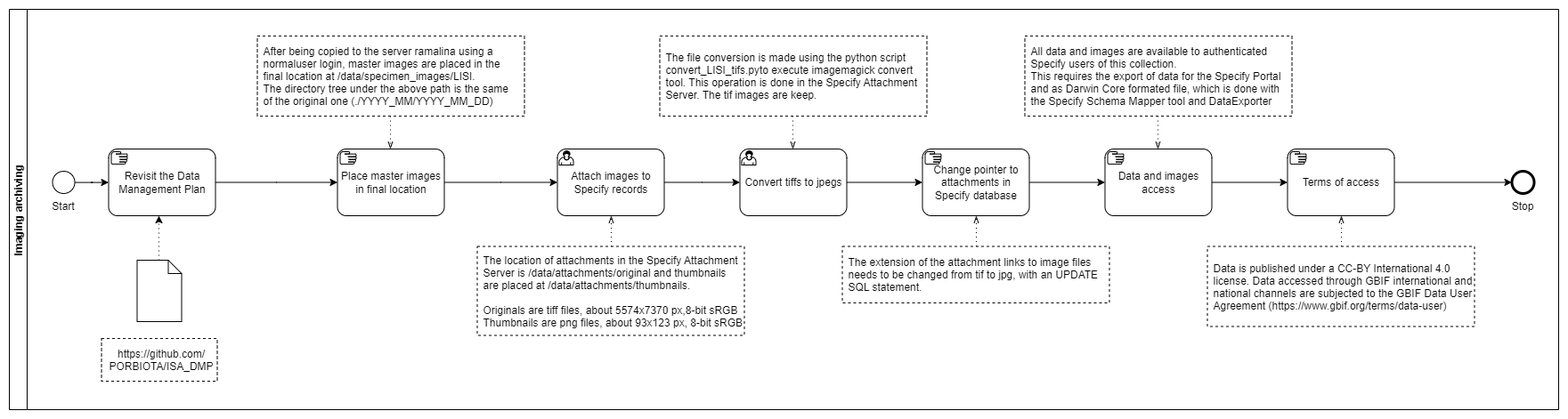
This is images/HerbariumSheets/LISI/LISI_Imaging_archiving_tasks.png from DiSSCo/dissco.github.io, a draw.io export, as it was before one commit. Source tidied: cells renumbered, new cells last; positions are measured from the earlier drawing's top-left corner, leaving out a move shared by most shapes. Source of this version:
```xml
<mxGraphModel>
  <root>
    <mxCell id="0" />
    <mxCell id="1" parent="0" />
    <mxCell id="2" style="edgeStyle=orthogonalEdgeStyle;rounded=0;jettySize=auto;html=1;startArrow=none;startFill=0;endArrow=classic;endFill=1;" parent="1" edge="1" source="3" target="4">
      <mxGeometry relative="1" as="geometry" />
    </mxCell>
    <mxCell id="3" style="ellipse;whiteSpace=wrap;html=1;" parent="1" vertex="1">
      <mxGeometry x="48.5" y="182" width="25" height="25" as="geometry" />
    </mxCell>
    <mxCell id="4" value="Revisit the Data&#10;Management Plan" style="points=[[0.25,0,0],[0.5,0,0],[0.75,0,0],[1,0.25,0],[1,0.5,0],[1,0.75,0],[0.75,1,0],[0.5,1,0],[0.25,1,0],[0,0.75,0],[0,0.5,0],[0,0.25,0]];shape=mxgraph.bpmn.task;whiteSpace=wrap;rectStyle=rounded;size=10;taskMarker=manual;" parent="1" vertex="1">
      <mxGeometry x="111.5" y="157" width="120" height="75" as="geometry" />
    </mxCell>
    <mxCell id="5" style="shape=mxgraph.bpmn.data;labelPosition=center;verticalLabelPosition=bottom;align=center;verticalAlign=top;whiteSpace=wrap;size=15;html=1;" parent="1" vertex="1">
      <mxGeometry x="143.5" y="282" width="50" height="69" as="geometry" />
    </mxCell>
    <mxCell id="6" style="edgeStyle=elbowEdgeStyle;fontSize=12;html=1;endFill=1;startFill=0;endSize=6;startSize=6;dashed=1;dashPattern=1 4;endArrow=classic;startArrow=none;rounded=0;" parent="1" edge="1" source="5" target="4">
      <mxGeometry relative="1" as="geometry" />
    </mxCell>
    <mxCell id="7" value="Place master images&#10;in final location" style="points=[[0.25,0,0],[0.5,0,0],[0.75,0,0],[1,0.25,0],[1,0.5,0],[1,0.75,0],[0.75,1,0],[0.5,1,0],[0.25,1,0],[0,0.75,0],[0,0.5,0],[0,0.25,0]];shape=mxgraph.bpmn.task;whiteSpace=wrap;rectStyle=rounded;size=10;taskMarker=manual;" parent="1" vertex="1">
      <mxGeometry x="368.5" y="157" width="120" height="75" as="geometry" />
    </mxCell>
    <mxCell id="8" style="edgeStyle=elbowEdgeStyle;fontSize=12;html=1;endArrow=classic;endFill=1;rounded=0;" parent="1" edge="1" source="4" target="7">
      <mxGeometry relative="1" as="geometry" />
    </mxCell>
    <mxCell id="9" style="edgeStyle=elbowEdgeStyle;fontSize=12;html=1;endArrow=classic;endFill=1;rounded=0;" parent="1" edge="1" source="7" target="10">
      <mxGeometry relative="1" as="geometry" />
    </mxCell>
    <mxCell id="10" value="Attach images to&#10;Specify records" style="points=[[0.25,0,0],[0.5,0,0],[0.75,0,0],[1,0.25,0],[1,0.5,0],[1,0.75,0],[0.75,1,0],[0.5,1,0],[0.25,1,0],[0,0.75,0],[0,0.5,0],[0,0.25,0]];shape=mxgraph.bpmn.task;whiteSpace=wrap;rectStyle=rounded;size=10;taskMarker=user;" parent="1" vertex="1">
      <mxGeometry x="615.5" y="157" width="120" height="75" as="geometry" />
    </mxCell>
    <mxCell id="11" value="Convert tiffs to jpegs" style="points=[[0.25,0,0],[0.5,0,0],[0.75,0,0],[1,0.25,0],[1,0.5,0],[1,0.75,0],[0.75,1,0],[0.5,1,0],[0.25,1,0],[0,0.75,0],[0,0.5,0],[0,0.25,0]];shape=mxgraph.bpmn.task;whiteSpace=wrap;rectStyle=rounded;size=10;taskMarker=user;" parent="1" vertex="1">
      <mxGeometry x="820.5" y="157" width="120" height="75" as="geometry" />
    </mxCell>
    <mxCell id="12" style="edgeStyle=elbowEdgeStyle;fontSize=12;html=1;endArrow=classic;endFill=1;rounded=0;" parent="1" edge="1" source="10" target="11">
      <mxGeometry relative="1" as="geometry" />
    </mxCell>
    <mxCell id="13" value="After being copied to the server ramalina using a&#10;normaluser login, master images are placed in the&#10;final location at /data/specimen_images/LISI.&#10;The directory tree under the above path is the same&#10;of the original one (./YYYY_MM/YYYY_MM_DD)" style="points=[[0.25,0,0],[0.5,0,0],[0.75,0,0],[1,0.25,0],[1,0.5,0],[1,0.75,0],[0.75,1,0],[0.5,1,0],[0.25,1,0],[0,0.75,0],[0,0.5,0],[0,0.25,0]];shape=mxgraph.bpmn.task;arcSize=10;taskMarker=abstract;outline=none;symbol=general;bpmnShapeType=subprocess;isLoopSub=0;verticalAlign=middle;align=left;spacingLeft=5;fontStyle=0;" parent="1" vertex="1">
      <mxGeometry x="278.5" y="30" width="300" height="90" as="geometry" />
    </mxCell>
    <mxCell id="14" style="points=[[0.145,0.145,0],[0.5,0,0],[0.855,0.145,0],[1,0.5,0],[0.855,0.855,0],[0.5,1,0],[0.145,0.855,0],[0,0.5,0]];shape=mxgraph.bpmn.event;html=1;verticalLabelPosition=bottom;labelBackgroundColor=#ffffff;verticalAlign=top;align=center;perimeter=ellipsePerimeter;outlineConnect=0;outline=end;symbol=terminate2;" parent="1" vertex="1">
      <mxGeometry x="1687.5" y="182" width="25" height="25" as="geometry" />
    </mxCell>
    <mxCell id="15" value="https://github.com/&#10;PORBIOTA/ISA_DMP" style="shape=mxgraph.bpmn.task;arcSize=10;taskMarker=abstract;outline=none;symbol=general;bpmnShapeType=subprocess;isLoopSub=0;verticalAlign=middle;align=center;spacingLeft=5;" parent="1" vertex="1">
      <mxGeometry x="103.5" y="370" width="130" height="48" as="geometry" />
    </mxCell>
    <mxCell id="16" value="The file conversion is made using the python script&#10;convert_LISI_tifs.pyto execute imagemagick convert&#10;tool. This operation is done in the Specify Attachment&#10;Server. The tif images are keep." style="points=[[0.25,0,0],[0.5,0,0],[0.75,0,0],[1,0.25,0],[1,0.5,0],[1,0.75,0],[0.75,1,0],[0.5,1,0],[0.25,1,0],[0,0.75,0],[0,0.5,0],[0,0.25,0]];shape=mxgraph.bpmn.task;arcSize=10;taskMarker=abstract;outline=none;symbol=general;bpmnShapeType=subprocess;isLoopSub=0;verticalAlign=middle;align=left;spacingLeft=5;fontStyle=0;" parent="1" vertex="1">
      <mxGeometry x="730.5" y="30" width="300" height="90" as="geometry" />
    </mxCell>
    <mxCell id="17" style="edgeStyle=orthogonalEdgeStyle;rounded=0;jettySize=auto;html=1;entryX=0;entryY=0.5;entryDx=0;entryDy=0;entryPerimeter=0;" parent="1" edge="1" source="18" target="21">
      <mxGeometry relative="1" as="geometry" />
    </mxCell>
    <mxCell id="18" value="Change pointer to&#10;attachments in&#10;Specify database" style="points=[[0.25,0,0],[0.5,0,0],[0.75,0,0],[1,0.25,0],[1,0.5,0],[1,0.75,0],[0.75,1,0],[0.5,1,0],[0.25,1,0],[0,0.75,0],[0,0.5,0],[0,0.25,0]];shape=mxgraph.bpmn.task;whiteSpace=wrap;rectStyle=rounded;size=10;taskMarker=manual;" parent="1" vertex="1">
      <mxGeometry x="1025.5" y="157" width="120" height="75" as="geometry" />
    </mxCell>
    <mxCell id="19" style="edgeStyle=orthogonalEdgeStyle;rounded=0;jettySize=auto;html=1;endArrow=classic;endFill=1;" parent="1" edge="1" source="11" target="18">
      <mxGeometry relative="1" as="geometry" />
    </mxCell>
    <mxCell id="20" style="edgeStyle=orthogonalEdgeStyle;rounded=0;jettySize=auto;html=1;endArrow=classic;endFill=1;" parent="1" edge="1" source="21" target="23">
      <mxGeometry relative="1" as="geometry" />
    </mxCell>
    <mxCell id="21" value="Data and images&#10;access" style="points=[[0.25,0,0],[0.5,0,0],[0.75,0,0],[1,0.25,0],[1,0.5,0],[1,0.75,0],[0.75,1,0],[0.5,1,0],[0.25,1,0],[0,0.75,0],[0,0.5,0],[0,0.25,0]];shape=mxgraph.bpmn.task;whiteSpace=wrap;rectStyle=rounded;size=10;taskMarker=manual;" parent="1" vertex="1">
      <mxGeometry x="1230.5" y="157" width="120" height="75" as="geometry" />
    </mxCell>
    <mxCell id="22" style="edgeStyle=orthogonalEdgeStyle;rounded=0;jettySize=auto;html=1;endArrow=classic;endFill=1;" parent="1" edge="1" source="23" target="14">
      <mxGeometry relative="1" as="geometry" />
    </mxCell>
    <mxCell id="23" value="Terms of access" style="points=[[0.25,0,0],[0.5,0,0],[0.75,0,0],[1,0.25,0],[1,0.5,0],[1,0.75,0],[0.75,1,0],[0.5,1,0],[0.25,1,0],[0,0.75,0],[0,0.5,0],[0,0.25,0]];shape=mxgraph.bpmn.task;whiteSpace=wrap;rectStyle=rounded;size=10;taskMarker=manual;" parent="1" vertex="1">
      <mxGeometry x="1435.5" y="157" width="120" height="75" as="geometry" />
    </mxCell>
    <mxCell id="24" value="Data is published under a CC-BY International 4.0&#10;license. Data accessed through GBIF international and&#10;national channels are subjected to the GBIF Data User&#10;Agreement (https://www.gbif.org/terms/data-user)" style="points=[[0.25,0,0],[0.5,0,0],[0.75,0,0],[1,0.25,0],[1,0.5,0],[1,0.75,0],[0.75,1,0],[0.5,1,0],[0.25,1,0],[0,0.75,0],[0,0.5,0],[0,0.25,0]];shape=mxgraph.bpmn.task;arcSize=10;taskMarker=abstract;outline=none;symbol=general;bpmnShapeType=subprocess;isLoopSub=0;verticalAlign=middle;align=left;spacingLeft=5;fontStyle=0;" parent="1" vertex="1">
      <mxGeometry x="1345.5" y="266.5" width="300" height="90" as="geometry" />
    </mxCell>
    <mxCell id="25" value="All data and images are available to authenticated&#10;Specify users of this collection. &#10;This requires the export of data for the Specify Portal&#10;and as Darwin Core formated file, which is done with&#10;the Specify Schema Mapper tool and DataExporter" style="points=[[0.25,0,0],[0.5,0,0],[0.75,0,0],[1,0.25,0],[1,0.5,0],[1,0.75,0],[0.75,1,0],[0.5,1,0],[0.25,1,0],[0,0.75,0],[0,0.5,0],[0,0.25,0]];shape=mxgraph.bpmn.task;arcSize=10;taskMarker=abstract;outline=none;symbol=general;bpmnShapeType=subprocess;isLoopSub=0;verticalAlign=middle;align=left;spacingLeft=5;fontStyle=0;" parent="1" vertex="1">
      <mxGeometry x="1140.5" y="30" width="300" height="90" as="geometry" />
    </mxCell>
    <mxCell id="26" value="The extension of the attachment links to image files&#10;needs to be changed from tif to jpg, with an UPDATE&#10;SQL statement." style="points=[[0.25,0,0],[0.5,0,0],[0.75,0,0],[1,0.25,0],[1,0.5,0],[1,0.75,0],[0.75,1,0],[0.5,1,0],[0.25,1,0],[0,0.75,0],[0,0.5,0],[0,0.25,0]];shape=mxgraph.bpmn.task;arcSize=10;taskMarker=abstract;outline=none;symbol=general;bpmnShapeType=subprocess;isLoopSub=0;verticalAlign=middle;align=left;spacingLeft=5;fontStyle=0;" parent="1" vertex="1">
      <mxGeometry x="935.5" y="266.5" width="300" height="63.5" as="geometry" />
    </mxCell>
    <mxCell id="27" value="&lt;span style=&quot;background-color: rgb(255 , 255 , 255)&quot;&gt;Start&lt;/span&gt;" style="text;html=1;strokeColor=none;fillColor=none;align=center;verticalAlign=middle;whiteSpace=wrap;rounded=0;" parent="1" vertex="1">
      <mxGeometry x="41" y="212" width="40" height="20" as="geometry" />
    </mxCell>
    <mxCell id="28" value="The location of attachments in the Specify Attachment&#10;Server is /data/attachments/original and thumbnails&#10;are placed at /data/attachments/thumbnails.&#10;&#10;Originals are tiff files, about 5574x7370 px,8-bit sRGB&#10;Thumbnails are png files, about 93x123 px, 8-bit sRGB" style="points=[[0.25,0,0],[0.5,0,0],[0.75,0,0],[1,0.25,0],[1,0.5,0],[1,0.75,0],[0.75,1,0],[0.5,1,0],[0.25,1,0],[0,0.75,0],[0,0.5,0],[0,0.25,0]];shape=mxgraph.bpmn.task;arcSize=10;taskMarker=abstract;outline=none;symbol=general;bpmnShapeType=subprocess;isLoopSub=0;verticalAlign=middle;align=left;spacingLeft=5;fontStyle=0;" parent="1" vertex="1">
      <mxGeometry x="525.5" y="266.5" width="300" height="100" as="geometry" />
    </mxCell>
    <mxCell id="29" style="edgeStyle=elbowEdgeStyle;fontSize=12;html=1;endFill=0;startFill=0;endSize=6;startSize=6;dashed=1;dashPattern=1 4;endArrow=openThin;startArrow=none;rounded=0;" parent="1" edge="1" source="28" target="10">
      <mxGeometry relative="1" as="geometry" />
    </mxCell>
    <mxCell id="30" style="edgeStyle=elbowEdgeStyle;fontSize=12;html=1;endFill=0;startFill=0;endSize=6;startSize=6;dashed=1;dashPattern=1 4;endArrow=openThin;startArrow=none;rounded=0;" parent="1" edge="1" source="13" target="7">
      <mxGeometry relative="1" as="geometry" />
    </mxCell>
    <mxCell id="31" style="edgeStyle=elbowEdgeStyle;fontSize=12;html=1;endFill=0;startFill=0;endSize=6;startSize=6;dashed=1;dashPattern=1 4;endArrow=openThin;startArrow=none;rounded=0;" parent="1" edge="1" source="16" target="11">
      <mxGeometry relative="1" as="geometry" />
    </mxCell>
    <mxCell id="32" style="edgeStyle=elbowEdgeStyle;fontSize=12;html=1;endFill=0;startFill=0;endSize=6;startSize=6;dashed=1;dashPattern=1 4;endArrow=openThin;startArrow=none;rounded=0;" parent="1" edge="1" source="26" target="18">
      <mxGeometry relative="1" as="geometry" />
    </mxCell>
    <mxCell id="33" style="edgeStyle=elbowEdgeStyle;fontSize=12;html=1;endFill=0;startFill=0;endSize=6;startSize=6;dashed=1;dashPattern=1 4;endArrow=openThin;startArrow=none;rounded=0;" parent="1" edge="1" source="25" target="21">
      <mxGeometry relative="1" as="geometry" />
    </mxCell>
    <mxCell id="34" style="edgeStyle=elbowEdgeStyle;fontSize=12;html=1;endFill=0;startFill=0;endSize=6;startSize=6;dashed=1;dashPattern=1 4;endArrow=openThin;startArrow=none;rounded=0;" parent="1" edge="1" source="24" target="23">
      <mxGeometry relative="1" as="geometry" />
    </mxCell>
    <mxCell id="35" value="&lt;span style=&quot;background-color: rgb(255 , 255 , 255)&quot;&gt;Stop&lt;/span&gt;" style="text;html=1;strokeColor=none;fillColor=none;align=center;verticalAlign=middle;whiteSpace=wrap;rounded=0;" parent="1" vertex="1">
      <mxGeometry x="1680" y="212" width="40" height="20" as="geometry" />
    </mxCell>
    <mxCell id="36" value="Imaging archiving" style="swimlane;startSize=20;horizontal=0;" parent="1" vertex="1">
      <mxGeometry width="1740" height="450" as="geometry" />
    </mxCell>
  </root>
</mxGraphModel>
```
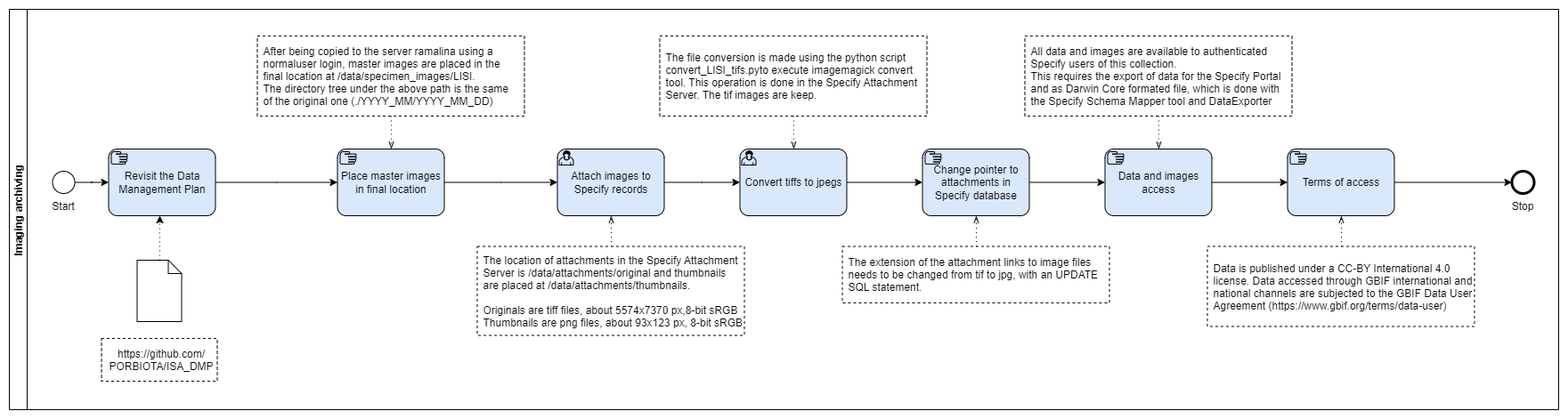
Above is the later version.

Commit message:
Update LISI workflow images

The edit, as a diff of the source:
```diff
@@ -8,7 +8,7 @@
     <mxCell id="3" style="ellipse;whiteSpace=wrap;html=1;" parent="1" vertex="1">
       <mxGeometry x="48.5" y="182" width="25" height="25" as="geometry" />
     </mxCell>
-    <mxCell id="4" value="Revisit the Data&#10;Management Plan" style="points=[[0.25,0,0],[0.5,0,0],[0.75,0,0],[1,0.25,0],[1,0.5,0],[1,0.75,0],[0.75,1,0],[0.5,1,0],[0.25,1,0],[0,0.75,0],[0,0.5,0],[0,0.25,0]];shape=mxgraph.bpmn.task;whiteSpace=wrap;rectStyle=rounded;size=10;taskMarker=manual;" parent="1" vertex="1">
+    <mxCell id="4" value="Revisit the Data&#10;Management Plan" style="points=[[0.25,0,0],[0.5,0,0],[0.75,0,0],[1,0.25,0],[1,0.5,0],[1,0.75,0],[0.75,1,0],[0.5,1,0],[0.25,1,0],[0,0.75,0],[0,0.5,0],[0,0.25,0]];shape=mxgraph.bpmn.task;whiteSpace=wrap;rectStyle=rounded;size=10;taskMarker=manual;fillColor=#dae8fc;strokeColor=#000000;" parent="1" vertex="1">
       <mxGeometry x="111.5" y="157" width="120" height="75" as="geometry" />
     </mxCell>
     <mxCell id="5" style="shape=mxgraph.bpmn.data;labelPosition=center;verticalLabelPosition=bottom;align=center;verticalAlign=top;whiteSpace=wrap;size=15;html=1;" parent="1" vertex="1">
@@ -17,7 +17,7 @@
     <mxCell id="6" style="edgeStyle=elbowEdgeStyle;fontSize=12;html=1;endFill=1;startFill=0;endSize=6;startSize=6;dashed=1;dashPattern=1 4;endArrow=classic;startArrow=none;rounded=0;" parent="1" edge="1" source="5" target="4">
       <mxGeometry relative="1" as="geometry" />
     </mxCell>
-    <mxCell id="7" value="Place master images&#10;in final location" style="points=[[0.25,0,0],[0.5,0,0],[0.75,0,0],[1,0.25,0],[1,0.5,0],[1,0.75,0],[0.75,1,0],[0.5,1,0],[0.25,1,0],[0,0.75,0],[0,0.5,0],[0,0.25,0]];shape=mxgraph.bpmn.task;whiteSpace=wrap;rectStyle=rounded;size=10;taskMarker=manual;" parent="1" vertex="1">
+    <mxCell id="7" value="Place master images&#10;in final location" style="points=[[0.25,0,0],[0.5,0,0],[0.75,0,0],[1,0.25,0],[1,0.5,0],[1,0.75,0],[0.75,1,0],[0.5,1,0],[0.25,1,0],[0,0.75,0],[0,0.5,0],[0,0.25,0]];shape=mxgraph.bpmn.task;whiteSpace=wrap;rectStyle=rounded;size=10;taskMarker=manual;fillColor=#dae8fc;strokeColor=#000000;" parent="1" vertex="1">
       <mxGeometry x="368.5" y="157" width="120" height="75" as="geometry" />
     </mxCell>
     <mxCell id="8" style="edgeStyle=elbowEdgeStyle;fontSize=12;html=1;endArrow=classic;endFill=1;rounded=0;" parent="1" edge="1" source="4" target="7">
@@ -26,10 +26,10 @@
     <mxCell id="9" style="edgeStyle=elbowEdgeStyle;fontSize=12;html=1;endArrow=classic;endFill=1;rounded=0;" parent="1" edge="1" source="7" target="10">
       <mxGeometry relative="1" as="geometry" />
     </mxCell>
-    <mxCell id="10" value="Attach images to&#10;Specify records" style="points=[[0.25,0,0],[0.5,0,0],[0.75,0,0],[1,0.25,0],[1,0.5,0],[1,0.75,0],[0.75,1,0],[0.5,1,0],[0.25,1,0],[0,0.75,0],[0,0.5,0],[0,0.25,0]];shape=mxgraph.bpmn.task;whiteSpace=wrap;rectStyle=rounded;size=10;taskMarker=user;" parent="1" vertex="1">
+    <mxCell id="10" value="Attach images to&#10;Specify records" style="points=[[0.25,0,0],[0.5,0,0],[0.75,0,0],[1,0.25,0],[1,0.5,0],[1,0.75,0],[0.75,1,0],[0.5,1,0],[0.25,1,0],[0,0.75,0],[0,0.5,0],[0,0.25,0]];shape=mxgraph.bpmn.task;whiteSpace=wrap;rectStyle=rounded;size=10;taskMarker=user;fillColor=#dae8fc;strokeColor=#000000;" parent="1" vertex="1">
       <mxGeometry x="615.5" y="157" width="120" height="75" as="geometry" />
     </mxCell>
-    <mxCell id="11" value="Convert tiffs to jpegs" style="points=[[0.25,0,0],[0.5,0,0],[0.75,0,0],[1,0.25,0],[1,0.5,0],[1,0.75,0],[0.75,1,0],[0.5,1,0],[0.25,1,0],[0,0.75,0],[0,0.5,0],[0,0.25,0]];shape=mxgraph.bpmn.task;whiteSpace=wrap;rectStyle=rounded;size=10;taskMarker=user;" parent="1" vertex="1">
+    <mxCell id="11" value="Convert tiffs to jpegs" style="points=[[0.25,0,0],[0.5,0,0],[0.75,0,0],[1,0.25,0],[1,0.5,0],[1,0.75,0],[0.75,1,0],[0.5,1,0],[0.25,1,0],[0,0.75,0],[0,0.5,0],[0,0.25,0]];shape=mxgraph.bpmn.task;whiteSpace=wrap;rectStyle=rounded;size=10;taskMarker=user;fillColor=#dae8fc;strokeColor=#000000;" parent="1" vertex="1">
       <mxGeometry x="820.5" y="157" width="120" height="75" as="geometry" />
     </mxCell>
     <mxCell id="12" style="edgeStyle=elbowEdgeStyle;fontSize=12;html=1;endArrow=classic;endFill=1;rounded=0;" parent="1" edge="1" source="10" target="11">
@@ -50,7 +50,7 @@
     <mxCell id="17" style="edgeStyle=orthogonalEdgeStyle;rounded=0;jettySize=auto;html=1;entryX=0;entryY=0.5;entryDx=0;entryDy=0;entryPerimeter=0;" parent="1" edge="1" source="18" target="21">
       <mxGeometry relative="1" as="geometry" />
     </mxCell>
-    <mxCell id="18" value="Change pointer to&#10;attachments in&#10;Specify database" style="points=[[0.25,0,0],[0.5,0,0],[0.75,0,0],[1,0.25,0],[1,0.5,0],[1,0.75,0],[0.75,1,0],[0.5,1,0],[0.25,1,0],[0,0.75,0],[0,0.5,0],[0,0.25,0]];shape=mxgraph.bpmn.task;whiteSpace=wrap;rectStyle=rounded;size=10;taskMarker=manual;" parent="1" vertex="1">
+    <mxCell id="18" value="Change pointer to&#10;attachments in&#10;Specify database" style="points=[[0.25,0,0],[0.5,0,0],[0.75,0,0],[1,0.25,0],[1,0.5,0],[1,0.75,0],[0.75,1,0],[0.5,1,0],[0.25,1,0],[0,0.75,0],[0,0.5,0],[0,0.25,0]];shape=mxgraph.bpmn.task;whiteSpace=wrap;rectStyle=rounded;size=10;taskMarker=manual;fillColor=#dae8fc;strokeColor=#000000;" parent="1" vertex="1">
       <mxGeometry x="1025.5" y="157" width="120" height="75" as="geometry" />
     </mxCell>
     <mxCell id="19" style="edgeStyle=orthogonalEdgeStyle;rounded=0;jettySize=auto;html=1;endArrow=classic;endFill=1;" parent="1" edge="1" source="11" target="18">
@@ -59,13 +59,13 @@
     <mxCell id="20" style="edgeStyle=orthogonalEdgeStyle;rounded=0;jettySize=auto;html=1;endArrow=classic;endFill=1;" parent="1" edge="1" source="21" target="23">
       <mxGeometry relative="1" as="geometry" />
     </mxCell>
-    <mxCell id="21" value="Data and images&#10;access" style="points=[[0.25,0,0],[0.5,0,0],[0.75,0,0],[1,0.25,0],[1,0.5,0],[1,0.75,0],[0.75,1,0],[0.5,1,0],[0.25,1,0],[0,0.75,0],[0,0.5,0],[0,0.25,0]];shape=mxgraph.bpmn.task;whiteSpace=wrap;rectStyle=rounded;size=10;taskMarker=manual;" parent="1" vertex="1">
+    <mxCell id="21" value="Data and images&#10;access" style="points=[[0.25,0,0],[0.5,0,0],[0.75,0,0],[1,0.25,0],[1,0.5,0],[1,0.75,0],[0.75,1,0],[0.5,1,0],[0.25,1,0],[0,0.75,0],[0,0.5,0],[0,0.25,0]];shape=mxgraph.bpmn.task;whiteSpace=wrap;rectStyle=rounded;size=10;taskMarker=manual;fillColor=#dae8fc;strokeColor=#000000;" parent="1" vertex="1">
       <mxGeometry x="1230.5" y="157" width="120" height="75" as="geometry" />
     </mxCell>
     <mxCell id="22" style="edgeStyle=orthogonalEdgeStyle;rounded=0;jettySize=auto;html=1;endArrow=classic;endFill=1;" parent="1" edge="1" source="23" target="14">
       <mxGeometry relative="1" as="geometry" />
     </mxCell>
-    <mxCell id="23" value="Terms of access" style="points=[[0.25,0,0],[0.5,0,0],[0.75,0,0],[1,0.25,0],[1,0.5,0],[1,0.75,0],[0.75,1,0],[0.5,1,0],[0.25,1,0],[0,0.75,0],[0,0.5,0],[0,0.25,0]];shape=mxgraph.bpmn.task;whiteSpace=wrap;rectStyle=rounded;size=10;taskMarker=manual;" parent="1" vertex="1">
+    <mxCell id="23" value="Terms of access" style="points=[[0.25,0,0],[0.5,0,0],[0.75,0,0],[1,0.25,0],[1,0.5,0],[1,0.75,0],[0.75,1,0],[0.5,1,0],[0.25,1,0],[0,0.75,0],[0,0.5,0],[0,0.25,0]];shape=mxgraph.bpmn.task;whiteSpace=wrap;rectStyle=rounded;size=10;taskMarker=manual;fillColor=#dae8fc;strokeColor=#000000;" parent="1" vertex="1">
       <mxGeometry x="1435.5" y="157" width="120" height="75" as="geometry" />
     </mxCell>
     <mxCell id="24" value="Data is published under a CC-BY International 4.0&#10;license. Data accessed through GBIF international and&#10;national channels are subjected to the GBIF Data User&#10;Agreement (https://www.gbif.org/terms/data-user)" style="points=[[0.25,0,0],[0.5,0,0],[0.75,0,0],[1,0.25,0],[1,0.5,0],[1,0.75,0],[0.75,1,0],[0.5,1,0],[0.25,1,0],[0,0.75,0],[0,0.5,0],[0,0.25,0]];shape=mxgraph.bpmn.task;arcSize=10;taskMarker=abstract;outline=none;symbol=general;bpmnShapeType=subprocess;isLoopSub=0;verticalAlign=middle;align=left;spacingLeft=5;fontStyle=0;" parent="1" vertex="1">
```
